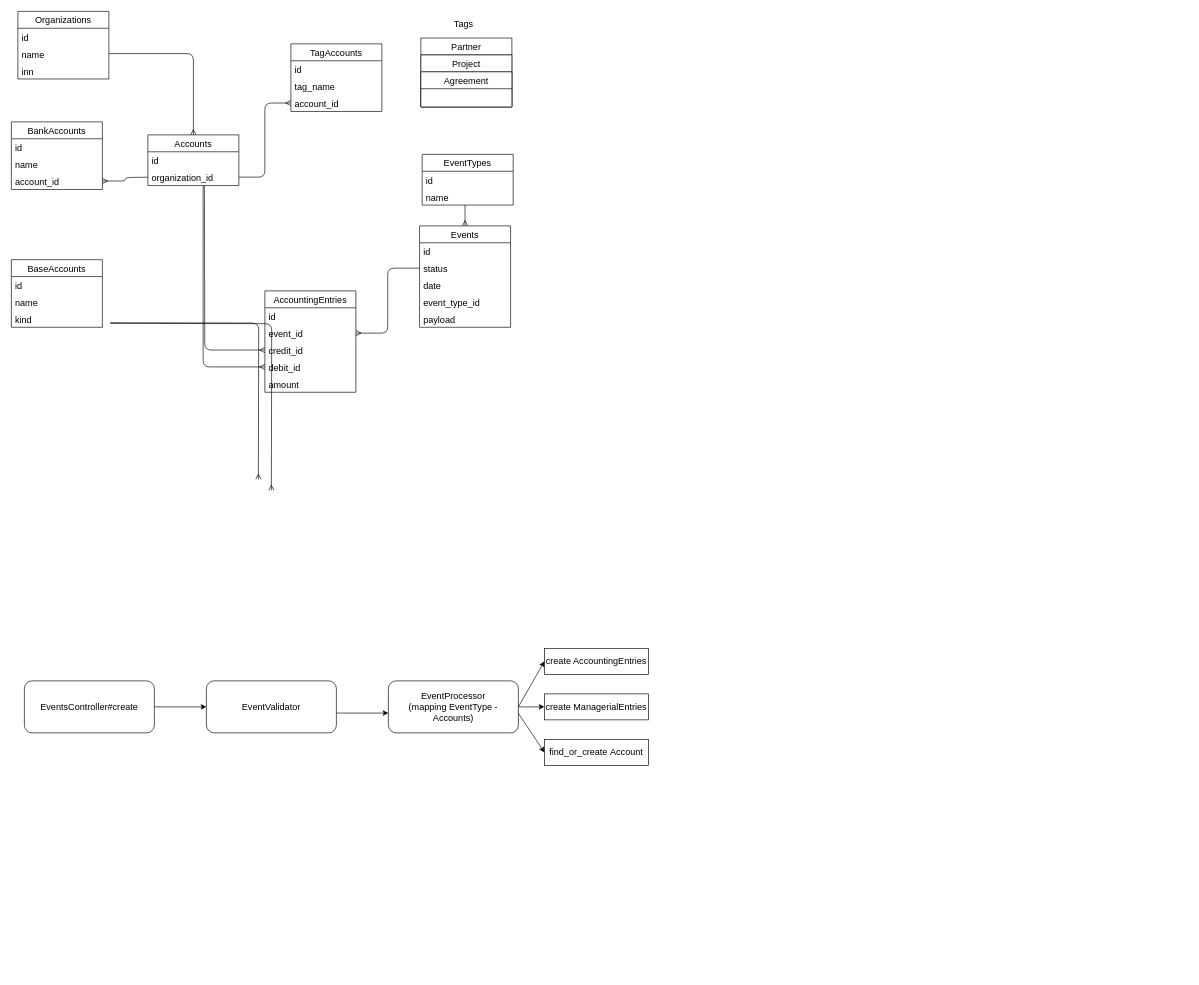
The draw.io diagram Untitled Diagram.drawio in 0legovich/diagrams, before the edit. Source tidied: cells renumbered, new cells numbered last; positions are measured from the earlier drawing's top-left corner, leaving out a move shared by most shapes. Both pictures are drawn from the tidied source at 65%, with x=0, y=0 at pixel (11, 11).
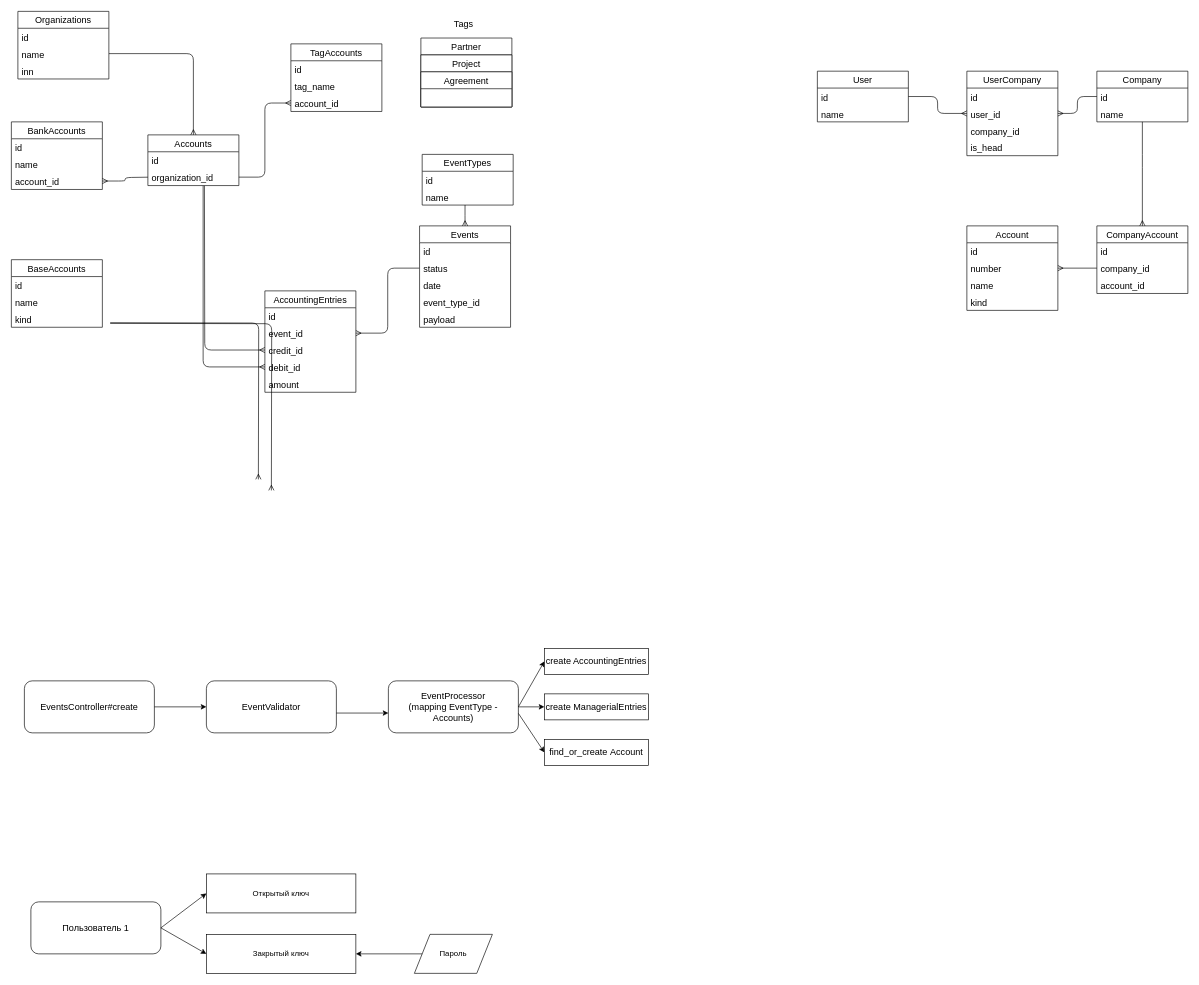
The same page after the edit.

Change to the diagram source:
```diff
@@
+    <mxCell id="61" value="User" style="swimlane;fontStyle=0;horizontal=1;startSize=26;fillColor=#ffffff;swimlaneFillColor=#ffffff;fontSize=14;" parent="1" vertex="1">
+      <mxGeometry x="1240" y="92" width="140" height="78" as="geometry" />
+    </mxCell>
+    <mxCell id="62" value="id" style="text;strokeColor=none;fillColor=none;align=left;verticalAlign=top;spacingLeft=4;spacingRight=4;overflow=hidden;points=[[0,0.5],[1,0.5]];portConstraint=eastwest;fontSize=14;" parent="61" vertex="1">
+      <mxGeometry y="26" width="140" height="26" as="geometry" />
+    </mxCell>
+    <mxCell id="63" value="name" style="text;strokeColor=none;fillColor=none;align=left;verticalAlign=top;spacingLeft=4;spacingRight=4;overflow=hidden;fontSize=14;" parent="61" vertex="1">
+      <mxGeometry y="52" width="140" height="26" as="geometry" />
+    </mxCell>
+    <mxCell id="64" value="Company" style="swimlane;fontStyle=0;horizontal=1;startSize=26;fillColor=#ffffff;swimlaneFillColor=#ffffff;fontSize=14;" parent="1" vertex="1">
+      <mxGeometry x="1670" y="92" width="140" height="78" as="geometry" />
+    </mxCell>
+    <mxCell id="65" value="id" style="text;strokeColor=none;fillColor=none;align=left;verticalAlign=top;spacingLeft=4;spacingRight=4;overflow=hidden;points=[[0,0.5],[1,0.5]];portConstraint=eastwest;fontSize=14;" parent="64" vertex="1">
+      <mxGeometry y="26" width="140" height="26" as="geometry" />
+    </mxCell>
+    <mxCell id="66" value="name" style="text;strokeColor=none;fillColor=none;align=left;verticalAlign=top;spacingLeft=4;spacingRight=4;overflow=hidden;points=[[0,0.5],[1,0.5]];portConstraint=eastwest;fontSize=14;" parent="64" vertex="1">
+      <mxGeometry y="52" width="140" height="26" as="geometry" />
+    </mxCell>
+    <mxCell id="67" value="UserCompany" style="swimlane;fontStyle=0;horizontal=1;startSize=26;fillColor=#ffffff;swimlaneFillColor=#ffffff;fontSize=14;" parent="1" vertex="1">
+      <mxGeometry x="1470" y="92" width="140" height="130" as="geometry" />
+    </mxCell>
+    <mxCell id="68" value="id" style="text;strokeColor=none;fillColor=none;align=left;verticalAlign=top;spacingLeft=4;spacingRight=4;overflow=hidden;fontSize=14;" parent="67" vertex="1">
+      <mxGeometry y="26" width="140" height="26" as="geometry" />
+    </mxCell>
+    <mxCell id="69" value="user_id" style="text;strokeColor=none;fillColor=none;align=left;verticalAlign=top;spacingLeft=4;spacingRight=4;overflow=hidden;points=[[0,0.5],[1,0.5]];portConstraint=eastwest;fontSize=14;" parent="67" vertex="1">
+      <mxGeometry y="52" width="140" height="26" as="geometry" />
+    </mxCell>
+    <mxCell id="70" value="company_id" style="text;strokeColor=none;fillColor=none;align=left;verticalAlign=top;spacingLeft=4;spacingRight=4;overflow=hidden;fontSize=14;" parent="67" vertex="1">
+      <mxGeometry y="78" width="140" height="26" as="geometry" />
+    </mxCell>
+    <mxCell id="71" value="is_head" style="text;strokeColor=none;fillColor=none;align=left;verticalAlign=top;spacingLeft=4;spacingRight=4;overflow=hidden;fontSize=14;" parent="67" vertex="1">
+      <mxGeometry y="104" width="140" height="26" as="geometry" />
+    </mxCell>
@@
+    <mxCell id="72" value="Account" style="swimlane;fontStyle=0;horizontal=1;startSize=26;fillColor=#ffffff;swimlaneFillColor=#ffffff;fontSize=14;" parent="1" vertex="1">
+      <mxGeometry x="1470" y="330" width="140" height="130" as="geometry" />
+    </mxCell>
+    <mxCell id="73" value="id" style="text;strokeColor=none;fillColor=none;align=left;verticalAlign=top;spacingLeft=4;spacingRight=4;overflow=hidden;fontSize=14;" parent="72" vertex="1">
+      <mxGeometry y="26" width="140" height="26" as="geometry" />
+    </mxCell>
+    <mxCell id="74" value="number" style="text;strokeColor=none;fillColor=none;align=left;verticalAlign=top;spacingLeft=4;spacingRight=4;overflow=hidden;points=[[0,0.5],[1,0.5]];portConstraint=eastwest;fontSize=14;" parent="72" vertex="1">
+      <mxGeometry y="52" width="140" height="26" as="geometry" />
+    </mxCell>
+    <mxCell id="75" value="name" style="text;strokeColor=none;fillColor=none;align=left;verticalAlign=top;spacingLeft=4;spacingRight=4;overflow=hidden;fontSize=14;" parent="72" vertex="1">
+      <mxGeometry y="78" width="140" height="26" as="geometry" />
+    </mxCell>
+    <mxCell id="76" value="kind" style="text;strokeColor=none;fillColor=none;align=left;verticalAlign=top;spacingLeft=4;spacingRight=4;overflow=hidden;fontSize=14;" parent="72" vertex="1">
+      <mxGeometry y="104" width="140" height="26" as="geometry" />
+    </mxCell>
+    <mxCell id="77" value="CompanyAccount" style="swimlane;fontStyle=0;horizontal=1;startSize=26;fillColor=#ffffff;swimlaneFillColor=#ffffff;fontSize=14;" parent="1" vertex="1">
+      <mxGeometry x="1670" y="330" width="140" height="104" as="geometry" />
+    </mxCell>
+    <mxCell id="78" value="id" style="text;strokeColor=none;fillColor=none;align=left;verticalAlign=top;spacingLeft=4;spacingRight=4;overflow=hidden;fontSize=14;" parent="77" vertex="1">
+      <mxGeometry y="26" width="140" height="26" as="geometry" />
+    </mxCell>
+    <mxCell id="79" value="company_id" style="text;strokeColor=none;fillColor=none;align=left;verticalAlign=top;spacingLeft=4;spacingRight=4;overflow=hidden;points=[[0,0.5],[1,0.5]];portConstraint=eastwest;fontSize=14;" parent="77" vertex="1">
+      <mxGeometry y="52" width="140" height="26" as="geometry" />
+    </mxCell>
+    <mxCell id="80" value="account_id" style="text;strokeColor=none;fillColor=none;align=left;verticalAlign=top;spacingLeft=4;spacingRight=4;overflow=hidden;fontSize=14;" parent="77" vertex="1">
+      <mxGeometry y="78" width="140" height="26" as="geometry" />
+    </mxCell>
@@
+    <mxCell id="81" value="Пользователь 1" style="rounded=1;whiteSpace=wrap;html=1;fillColor=#ffffff;fontSize=14;" parent="1" vertex="1">
+      <mxGeometry x="30" y="1370" width="200" height="80" as="geometry" />
+    </mxCell>
+    <mxCell id="82" value="Открытый ключ" style="rounded=0;whiteSpace=wrap;html=1;" parent="1" vertex="1">
+      <mxGeometry x="300" y="1327" width="230" height="60" as="geometry" />
+    </mxCell>
+    <mxCell id="83" value="Закрытый ключ" style="rounded=0;whiteSpace=wrap;html=1;" parent="1" vertex="1">
+      <mxGeometry x="300" y="1420" width="230" height="60" as="geometry" />
+    </mxCell>
+    <mxCell id="84" value="Пароль" style="shape=parallelogram;perimeter=parallelogramPerimeter;whiteSpace=wrap;html=1;" parent="1" vertex="1">
+      <mxGeometry x="620" y="1420" width="120" height="60" as="geometry" />
+    </mxCell>
+    <mxCell id="85" style="endArrow=classic;html=1;exitX=0;exitY=0.5;exitDx=0;exitDy=0;entryX=1;entryY=0.5;entryDx=0;entryDy=0;" parent="1" edge="1" source="84" target="83">
+      <mxGeometry relative="1" as="geometry" />
+    </mxCell>
+    <mxCell id="86" style="endArrow=classic;html=1;exitX=1;exitY=0.5;exitDx=0;exitDy=0;entryX=0;entryY=0.5;entryDx=0;entryDy=0;" parent="1" edge="1" source="81" target="83">
+      <mxGeometry relative="1" as="geometry" />
+    </mxCell>
+    <mxCell id="87" style="endArrow=classic;html=1;exitX=1;exitY=0.5;exitDx=0;exitDy=0;entryX=0;entryY=0.5;entryDx=0;entryDy=0;" parent="1" edge="1" source="81" target="82">
+      <mxGeometry relative="1" as="geometry" />
+    </mxCell>
+    <mxCell id="88" style="endArrow=ERmany;html=1;exitX=1;exitY=0.5;exitDx=0;exitDy=0;entryX=0;entryY=0.5;entryDx=0;entryDy=0;edgeStyle=orthogonalEdgeStyle;endFill=0;" parent="1" edge="1" source="62" target="69">
+      <mxGeometry relative="1" as="geometry" />
+    </mxCell>
+    <mxCell id="89" style="endArrow=ERmany;html=1;exitX=0;exitY=0.5;exitDx=0;exitDy=0;entryX=1;entryY=0.5;entryDx=0;entryDy=0;edgeStyle=orthogonalEdgeStyle;endFill=0;" parent="1" edge="1" source="65" target="69">
+      <mxGeometry relative="1" as="geometry" />
+    </mxCell>
+    <mxCell id="90" style="endArrow=ERmany;html=1;exitX=0;exitY=0.5;exitDx=0;exitDy=0;entryX=1;entryY=0.5;entryDx=0;entryDy=0;edgeStyle=orthogonalEdgeStyle;endFill=0;" parent="1" edge="1" source="79" target="74">
+      <mxGeometry relative="1" as="geometry" />
+    </mxCell>
+    <mxCell id="91" style="endArrow=ERmany;html=1;entryX=0.5;entryY=0;entryDx=0;entryDy=0;edgeStyle=orthogonalEdgeStyle;endFill=0;" parent="1" edge="1" source="66" target="77">
+      <mxGeometry relative="1" as="geometry">
+        <Array as="points">
+          <mxPoint x="1740" y="230" />
+          <mxPoint x="1740" y="230" />
+        </Array>
+      </mxGeometry>
+    </mxCell>
```
